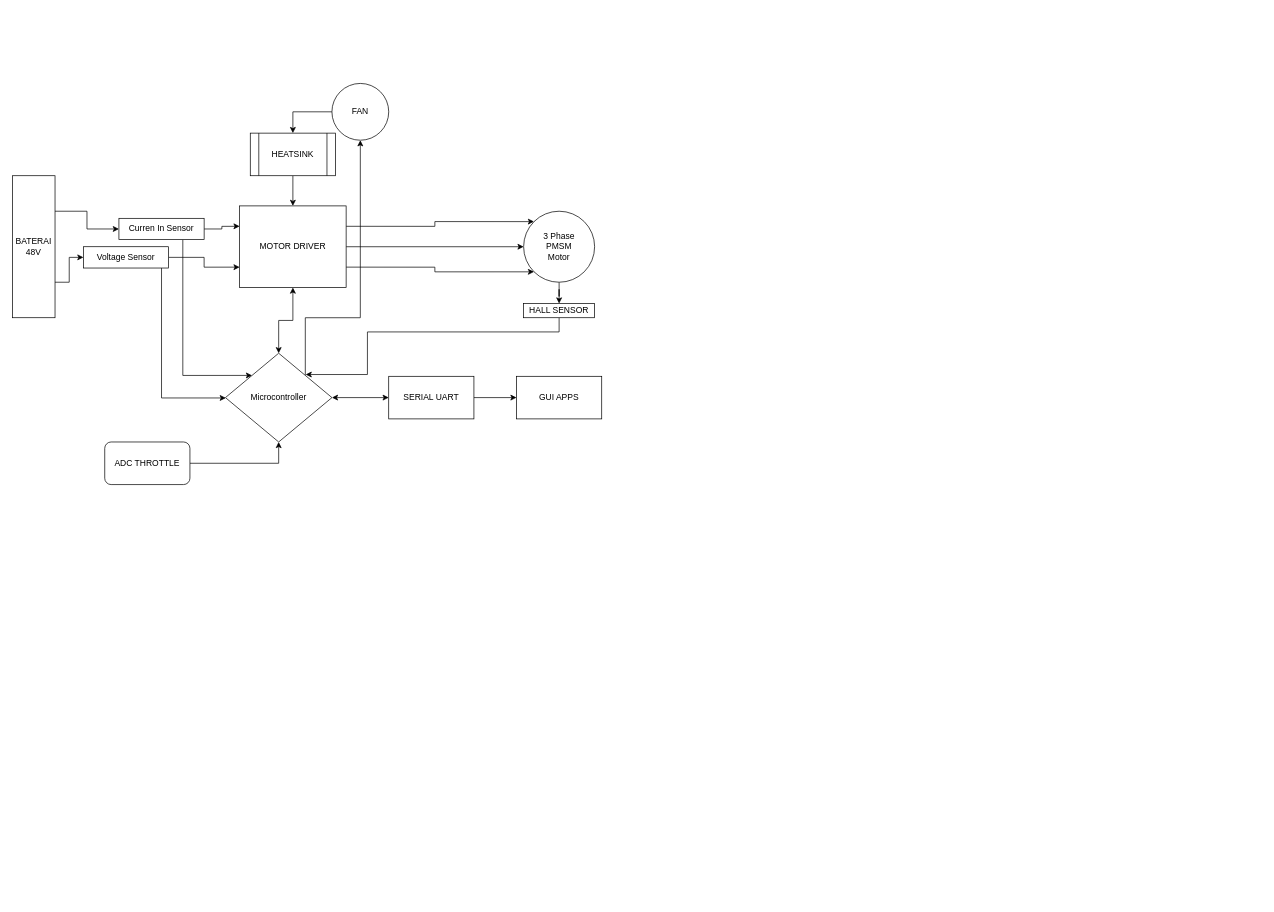
Above: TA_mercubuana.drawio in ilhamdestyo/draw.io (draw.io), before the change. Source tidied: cells renumbered, new cells numbered last; positions are measured from the earlier drawing's top-left corner, leaving out a move shared by most shapes. Both pictures are drawn from the tidied source at 71%, with x=0, y=0 at pixel (12, 83).
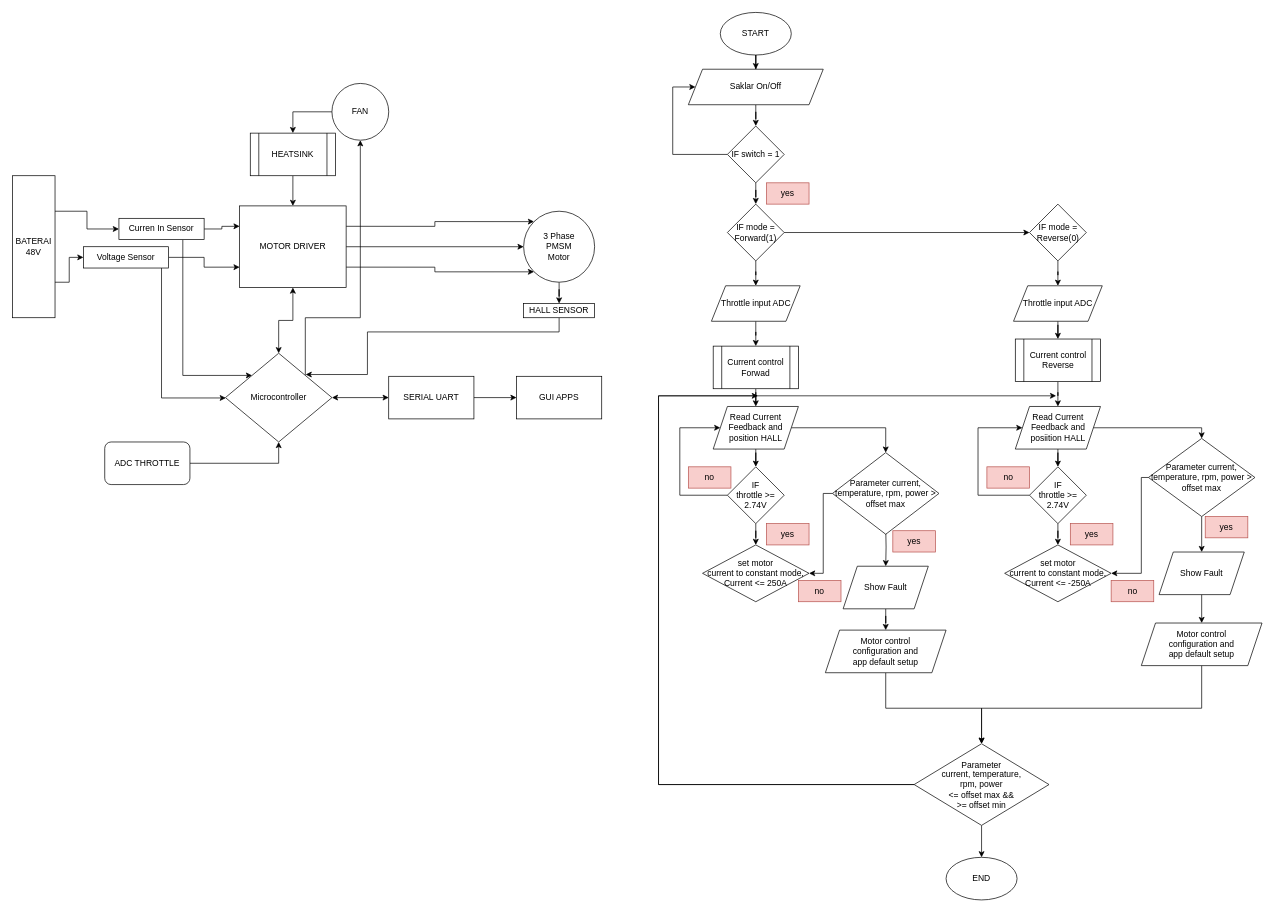
After the change.

Commit message:
update tambah flowchart

Change to the diagram source:
```diff
@@
+    <mxCell id="32" style="edgeStyle=orthogonalEdgeStyle;rounded=0;jettySize=auto;html=1;" parent="1" edge="1" source="33" target="35">
+      <mxGeometry relative="1" as="geometry" />
+    </mxCell>
+    <mxCell id="33" value="START" style="ellipse;whiteSpace=wrap;html=1;" parent="1" vertex="1">
+      <mxGeometry x="997" y="-100" width="100" height="60" as="geometry" />
+    </mxCell>
+    <mxCell id="34" style="edgeStyle=orthogonalEdgeStyle;rounded=0;jettySize=auto;html=1;" parent="1" edge="1" source="35" target="38">
+      <mxGeometry relative="1" as="geometry" />
+    </mxCell>
+    <mxCell id="35" value="Saklar On/Off" style="shape=parallelogram;perimeter=parallelogramPerimeter;whiteSpace=wrap;html=1;fixedSize=1;" parent="1" vertex="1">
+      <mxGeometry x="952" y="-20" width="190" height="50" as="geometry" />
+    </mxCell>
+    <mxCell id="36" style="edgeStyle=orthogonalEdgeStyle;rounded=0;jettySize=auto;html=1;" parent="1" edge="1" source="38" target="41">
+      <mxGeometry relative="1" as="geometry" />
+    </mxCell>
+    <mxCell id="37" style="edgeStyle=orthogonalEdgeStyle;rounded=0;jettySize=auto;html=1;entryX=0;entryY=0.5;entryDx=0;entryDy=0;exitX=0;exitY=0.5;exitDx=0;exitDy=0;" parent="1" edge="1" source="38" target="35">
+      <mxGeometry relative="1" as="geometry">
+        <Array as="points">
+          <mxPoint x="930" y="100" />
+          <mxPoint x="930" y="5" />
+        </Array>
+      </mxGeometry>
+    </mxCell>
+    <mxCell id="38" value="IF switch = 1" style="rhombus;whiteSpace=wrap;html=1;" parent="1" vertex="1">
+      <mxGeometry x="1007" y="60" width="80" height="80" as="geometry" />
+    </mxCell>
+    <mxCell id="39" style="edgeStyle=orthogonalEdgeStyle;rounded=0;jettySize=auto;html=1;" parent="1" edge="1" source="41" target="43">
+      <mxGeometry relative="1" as="geometry" />
+    </mxCell>
+    <mxCell id="40" style="edgeStyle=orthogonalEdgeStyle;rounded=0;jettySize=auto;html=1;" parent="1" edge="1" source="41" target="45">
+      <mxGeometry relative="1" as="geometry" />
+    </mxCell>
+    <mxCell id="41" value="IF mode = Forward(1)" style="rhombus;whiteSpace=wrap;html=1;" parent="1" vertex="1">
+      <mxGeometry x="1007" y="170" width="80" height="80" as="geometry" />
+    </mxCell>
+    <mxCell id="42" style="edgeStyle=orthogonalEdgeStyle;rounded=0;jettySize=auto;html=1;" parent="1" edge="1" source="43" target="47">
+      <mxGeometry relative="1" as="geometry" />
+    </mxCell>
+    <mxCell id="43" value="IF mode = Reverse(0)" style="rhombus;whiteSpace=wrap;html=1;" parent="1" vertex="1">
+      <mxGeometry x="1432.5" y="170" width="80" height="80" as="geometry" />
+    </mxCell>
+    <mxCell id="44" style="edgeStyle=orthogonalEdgeStyle;rounded=0;jettySize=auto;html=1;" parent="1" edge="1" source="45" target="49">
+      <mxGeometry relative="1" as="geometry" />
+    </mxCell>
+    <mxCell id="45" value="Throttle input ADC" style="shape=parallelogram;perimeter=parallelogramPerimeter;whiteSpace=wrap;html=1;fixedSize=1;" parent="1" vertex="1">
+      <mxGeometry x="984.5" y="285" width="125" height="50" as="geometry" />
+    </mxCell>
+    <mxCell id="46" style="edgeStyle=orthogonalEdgeStyle;rounded=0;jettySize=auto;html=1;" parent="1" edge="1" source="47" target="54">
+      <mxGeometry relative="1" as="geometry" />
+    </mxCell>
+    <mxCell id="47" value="Throttle input ADC" style="shape=parallelogram;perimeter=parallelogramPerimeter;whiteSpace=wrap;html=1;fixedSize=1;" parent="1" vertex="1">
+      <mxGeometry x="1410" y="285" width="125" height="50" as="geometry" />
+    </mxCell>
+    <mxCell id="48" style="edgeStyle=orthogonalEdgeStyle;rounded=0;jettySize=auto;html=1;" parent="1" edge="1" source="49" target="52">
+      <mxGeometry relative="1" as="geometry" />
+    </mxCell>
+    <mxCell id="49" value="Current control Forwad" style="shape=process;whiteSpace=wrap;html=1;backgroundOutline=1;" parent="1" vertex="1">
+      <mxGeometry x="987" y="370" width="120" height="60" as="geometry" />
+    </mxCell>
+    <mxCell id="50" style="edgeStyle=orthogonalEdgeStyle;rounded=0;jettySize=auto;html=1;" parent="1" edge="1" source="52" target="60">
+      <mxGeometry relative="1" as="geometry" />
+    </mxCell>
+    <mxCell id="51" style="edgeStyle=orthogonalEdgeStyle;rounded=0;jettySize=auto;html=1;entryX=0.5;entryY=0;entryDx=0;entryDy=0;" parent="1" edge="1" source="52" target="73">
+      <mxGeometry relative="1" as="geometry" />
+    </mxCell>
+    <mxCell id="52" value="Read Current Feedback and position HALL" style="shape=parallelogram;perimeter=parallelogramPerimeter;whiteSpace=wrap;html=1;fixedSize=1;" parent="1" vertex="1">
+      <mxGeometry x="987" y="455" width="120" height="60" as="geometry" />
+    </mxCell>
+    <mxCell id="53" style="edgeStyle=orthogonalEdgeStyle;rounded=0;jettySize=auto;html=1;" parent="1" edge="1" source="54" target="57">
+      <mxGeometry relative="1" as="geometry" />
+    </mxCell>
+    <mxCell id="54" value="Current control Reverse" style="shape=process;whiteSpace=wrap;html=1;backgroundOutline=1;" parent="1" vertex="1">
+      <mxGeometry x="1412.5" y="360" width="120" height="60" as="geometry" />
+    </mxCell>
+    <mxCell id="55" style="edgeStyle=orthogonalEdgeStyle;rounded=0;jettySize=auto;html=1;entryX=0.5;entryY=0;entryDx=0;entryDy=0;" parent="1" edge="1" source="57" target="67">
+      <mxGeometry relative="1" as="geometry" />
+    </mxCell>
+    <mxCell id="56" style="edgeStyle=orthogonalEdgeStyle;rounded=0;jettySize=auto;html=1;entryX=0.5;entryY=0;entryDx=0;entryDy=0;exitX=1;exitY=0.5;exitDx=0;exitDy=0;" parent="1" edge="1" source="57" target="76">
+      <mxGeometry relative="1" as="geometry">
+        <Array as="points">
+          <mxPoint x="1675" y="485" />
+        </Array>
+      </mxGeometry>
+    </mxCell>
+    <mxCell id="57" value="Read Current Feedback and posiition HALL" style="shape=parallelogram;perimeter=parallelogramPerimeter;whiteSpace=wrap;html=1;fixedSize=1;" parent="1" vertex="1">
+      <mxGeometry x="1412.5" y="455" width="120" height="60" as="geometry" />
+    </mxCell>
+    <mxCell id="58" style="edgeStyle=orthogonalEdgeStyle;rounded=0;jettySize=auto;html=1;entryX=0;entryY=0.5;entryDx=0;entryDy=0;exitX=0;exitY=0.5;exitDx=0;exitDy=0;" parent="1" edge="1" source="60" target="52">
+      <mxGeometry relative="1" as="geometry">
+        <Array as="points">
+          <mxPoint x="940" y="580" />
+          <mxPoint x="940" y="485" />
+        </Array>
+      </mxGeometry>
+    </mxCell>
+    <mxCell id="59" style="edgeStyle=orthogonalEdgeStyle;rounded=0;jettySize=auto;html=1;" parent="1" edge="1" source="60" target="61">
+      <mxGeometry relative="1" as="geometry" />
+    </mxCell>
+    <mxCell id="60" value="IF &lt;br&gt;throttle &amp;gt;= 2.74V" style="rhombus;whiteSpace=wrap;html=1;" parent="1" vertex="1">
+      <mxGeometry x="1007" y="540" width="80" height="80" as="geometry" />
+    </mxCell>
+    <mxCell id="61" value="set motor &lt;br&gt;current to constant mode, &lt;br&gt;Current &amp;lt;= 250A" style="rhombus;whiteSpace=wrap;html=1;" parent="1" vertex="1">
+      <mxGeometry x="972" y="650" width="150" height="80" as="geometry" />
+    </mxCell>
+    <mxCell id="62" value="yes" style="text;html=1;strokeColor=#b85450;fillColor=#f8cecc;align=center;verticalAlign=middle;whiteSpace=wrap;rounded=0;" parent="1" vertex="1">
+      <mxGeometry x="1062" y="140" width="60" height="30" as="geometry" />
+    </mxCell>
+    <mxCell id="63" value="no" style="text;html=1;strokeColor=#b85450;fillColor=#f8cecc;align=center;verticalAlign=middle;whiteSpace=wrap;rounded=0;" parent="1" vertex="1">
+      <mxGeometry x="952" y="540" width="60" height="30" as="geometry" />
+    </mxCell>
+    <mxCell id="64" value="yes" style="text;html=1;strokeColor=#b85450;fillColor=#f8cecc;align=center;verticalAlign=middle;whiteSpace=wrap;rounded=0;" parent="1" vertex="1">
+      <mxGeometry x="1062" y="620" width="60" height="30" as="geometry" />
+    </mxCell>
+    <mxCell id="65" style="edgeStyle=orthogonalEdgeStyle;rounded=0;jettySize=auto;html=1;" parent="1" edge="1" source="67" target="68">
+      <mxGeometry relative="1" as="geometry" />
+    </mxCell>
+    <mxCell id="66" style="edgeStyle=orthogonalEdgeStyle;rounded=0;jettySize=auto;html=1;entryX=0;entryY=0.5;entryDx=0;entryDy=0;exitX=0;exitY=0.5;exitDx=0;exitDy=0;" parent="1" edge="1" source="67" target="57">
+      <mxGeometry relative="1" as="geometry">
+        <Array as="points">
+          <mxPoint x="1360" y="580" />
+          <mxPoint x="1360" y="485" />
+        </Array>
+      </mxGeometry>
+    </mxCell>
+    <mxCell id="67" value="IF &lt;br&gt;throttle &amp;gt;= 2.74V" style="rhombus;whiteSpace=wrap;html=1;" parent="1" vertex="1">
+      <mxGeometry x="1432.5" y="540" width="80" height="80" as="geometry" />
+    </mxCell>
+    <mxCell id="68" value="set motor &lt;br&gt;current to constant mode, &lt;br&gt;Current &amp;lt;= -250A" style="rhombus;whiteSpace=wrap;html=1;" parent="1" vertex="1">
+      <mxGeometry x="1397.5" y="650" width="150" height="80" as="geometry" />
+    </mxCell>
+    <mxCell id="69" value="no" style="text;html=1;strokeColor=#b85450;fillColor=#f8cecc;align=center;verticalAlign=middle;whiteSpace=wrap;rounded=0;" parent="1" vertex="1">
+      <mxGeometry x="1372.5" y="540" width="60" height="30" as="geometry" />
+    </mxCell>
+    <mxCell id="70" value="yes" style="text;html=1;strokeColor=#b85450;fillColor=#f8cecc;align=center;verticalAlign=middle;whiteSpace=wrap;rounded=0;" parent="1" vertex="1">
+      <mxGeometry x="1490" y="620" width="60" height="30" as="geometry" />
+    </mxCell>
+    <mxCell id="71" style="edgeStyle=orthogonalEdgeStyle;rounded=0;jettySize=auto;html=1;" parent="1" edge="1" target="78">
+      <mxGeometry relative="1" as="geometry">
+        <mxPoint x="1230" y="625" as="sourcePoint" />
+      </mxGeometry>
+    </mxCell>
+    <mxCell id="72" style="edgeStyle=orthogonalEdgeStyle;rounded=0;jettySize=auto;html=1;entryX=1;entryY=0.5;entryDx=0;entryDy=0;" parent="1" edge="1" source="73" target="61">
+      <mxGeometry relative="1" as="geometry">
+        <Array as="points">
+          <mxPoint x="1142" y="578" />
+          <mxPoint x="1142" y="690" />
+        </Array>
+      </mxGeometry>
+    </mxCell>
+    <mxCell id="73" value="Parameter current, temperature, rpm, power &amp;gt; offset max" style="rhombus;whiteSpace=wrap;html=1;" parent="1" vertex="1">
+      <mxGeometry x="1155" y="520" width="150" height="115" as="geometry" />
+    </mxCell>
+    <mxCell id="74" style="edgeStyle=orthogonalEdgeStyle;rounded=0;jettySize=auto;html=1;" parent="1" edge="1" source="76" target="80">
+      <mxGeometry relative="1" as="geometry" />
+    </mxCell>
+    <mxCell id="75" style="edgeStyle=orthogonalEdgeStyle;rounded=0;jettySize=auto;html=1;entryX=1;entryY=0.5;entryDx=0;entryDy=0;exitX=0;exitY=0.5;exitDx=0;exitDy=0;" parent="1" edge="1" source="76" target="68">
+      <mxGeometry relative="1" as="geometry">
+        <Array as="points">
+          <mxPoint x="1590" y="555" />
+          <mxPoint x="1590" y="690" />
+        </Array>
+      </mxGeometry>
+    </mxCell>
+    <mxCell id="76" value="Parameter current, temperature, rpm, power &amp;gt; offset max" style="rhombus;whiteSpace=wrap;html=1;" parent="1" vertex="1">
+      <mxGeometry x="1600" y="500" width="150" height="110" as="geometry" />
+    </mxCell>
+    <mxCell id="77" style="edgeStyle=orthogonalEdgeStyle;rounded=0;jettySize=auto;html=1;entryX=0.5;entryY=0;entryDx=0;entryDy=0;" parent="1" edge="1" source="78" target="86">
+      <mxGeometry relative="1" as="geometry" />
+    </mxCell>
+    <mxCell id="78" value="Show Fault" style="shape=parallelogram;perimeter=parallelogramPerimeter;whiteSpace=wrap;html=1;fixedSize=1;" parent="1" vertex="1">
+      <mxGeometry x="1170" y="680" width="120" height="60" as="geometry" />
+    </mxCell>
+    <mxCell id="79" style="edgeStyle=orthogonalEdgeStyle;rounded=0;jettySize=auto;html=1;" parent="1" edge="1" source="80" target="88">
+      <mxGeometry relative="1" as="geometry" />
+    </mxCell>
+    <mxCell id="80" value="Show Fault" style="shape=parallelogram;perimeter=parallelogramPerimeter;whiteSpace=wrap;html=1;fixedSize=1;" parent="1" vertex="1">
+      <mxGeometry x="1615" y="660" width="120" height="60" as="geometry" />
+    </mxCell>
+    <mxCell id="81" value="no" style="text;html=1;strokeColor=#b85450;fillColor=#f8cecc;align=center;verticalAlign=middle;whiteSpace=wrap;rounded=0;" parent="1" vertex="1">
+      <mxGeometry x="1107" y="700" width="60" height="30" as="geometry" />
+    </mxCell>
+    <mxCell id="82" value="yes" style="text;html=1;strokeColor=#b85450;fillColor=#f8cecc;align=center;verticalAlign=middle;whiteSpace=wrap;rounded=0;" parent="1" vertex="1">
+      <mxGeometry x="1240" y="630" width="60" height="30" as="geometry" />
+    </mxCell>
+    <mxCell id="83" value="no" style="text;html=1;strokeColor=#b85450;fillColor=#f8cecc;align=center;verticalAlign=middle;whiteSpace=wrap;rounded=0;" parent="1" vertex="1">
+      <mxGeometry x="1547.5" y="700" width="60" height="30" as="geometry" />
+    </mxCell>
+    <mxCell id="84" value="yes" style="text;html=1;strokeColor=#b85450;fillColor=#f8cecc;align=center;verticalAlign=middle;whiteSpace=wrap;rounded=0;" parent="1" vertex="1">
+      <mxGeometry x="1680" y="610" width="60" height="30" as="geometry" />
+    </mxCell>
+    <mxCell id="85" style="edgeStyle=orthogonalEdgeStyle;rounded=0;jettySize=auto;html=1;entryX=0.5;entryY=0;entryDx=0;entryDy=0;" parent="1" edge="1" source="86" target="93">
+      <mxGeometry relative="1" as="geometry" />
+    </mxCell>
+    <mxCell id="86" value="Motor control &lt;br&gt;configuration and &lt;br&gt;app default setup" style="shape=parallelogram;perimeter=parallelogramPerimeter;whiteSpace=wrap;html=1;fixedSize=1;" parent="1" vertex="1">
+      <mxGeometry x="1145" y="770" width="170" height="60" as="geometry" />
+    </mxCell>
+    <mxCell id="87" style="edgeStyle=orthogonalEdgeStyle;rounded=0;jettySize=auto;html=1;entryX=0.5;entryY=0;entryDx=0;entryDy=0;exitX=0.5;exitY=1;exitDx=0;exitDy=0;" parent="1" edge="1" source="88" target="93">
+      <mxGeometry relative="1" as="geometry">
+        <Array as="points">
+          <mxPoint x="1675" y="880" />
+          <mxPoint x="1365" y="880" />
+        </Array>
+      </mxGeometry>
+    </mxCell>
+    <mxCell id="88" value="Motor control &lt;br&gt;configuration and &lt;br&gt;app default setup" style="shape=parallelogram;perimeter=parallelogramPerimeter;whiteSpace=wrap;html=1;fixedSize=1;" parent="1" vertex="1">
+      <mxGeometry x="1590" y="760" width="170" height="60" as="geometry" />
+    </mxCell>
+    <mxCell id="89" value="END" style="ellipse;whiteSpace=wrap;html=1;" parent="1" vertex="1">
+      <mxGeometry x="1315" y="1090" width="100" height="60" as="geometry" />
+    </mxCell>
+    <mxCell id="90" style="edgeStyle=orthogonalEdgeStyle;rounded=0;jettySize=auto;html=1;" parent="1" edge="1" source="93" target="89">
+      <mxGeometry relative="1" as="geometry" />
+    </mxCell>
+    <mxCell id="91" style="edgeStyle=orthogonalEdgeStyle;rounded=0;jettySize=auto;html=1;exitX=0;exitY=0.5;exitDx=0;exitDy=0;" parent="1" edge="1" source="93">
+      <mxGeometry relative="1" as="geometry">
+        <mxPoint x="1050" y="440" as="targetPoint" />
+        <Array as="points">
+          <mxPoint x="910" y="988" />
+          <mxPoint x="910" y="440" />
+        </Array>
+      </mxGeometry>
+    </mxCell>
+    <mxCell id="92" style="edgeStyle=orthogonalEdgeStyle;rounded=0;jettySize=auto;html=1;" parent="1" edge="1" source="93">
+      <mxGeometry relative="1" as="geometry">
+        <mxPoint x="1470" y="440" as="targetPoint" />
+        <Array as="points">
+          <mxPoint x="910" y="988" />
+          <mxPoint x="910" y="440" />
+        </Array>
+      </mxGeometry>
+    </mxCell>
+    <mxCell id="93" value="Parameter &lt;br&gt;current, temperature, &lt;br&gt;rpm, power &lt;br&gt;&amp;lt;= offset max &amp;amp;&amp;amp; &lt;br&gt;&amp;gt;= offset min" style="rhombus;whiteSpace=wrap;html=1;" parent="1" vertex="1">
+      <mxGeometry x="1270" y="930" width="190" height="115" as="geometry" />
+    </mxCell>
```
